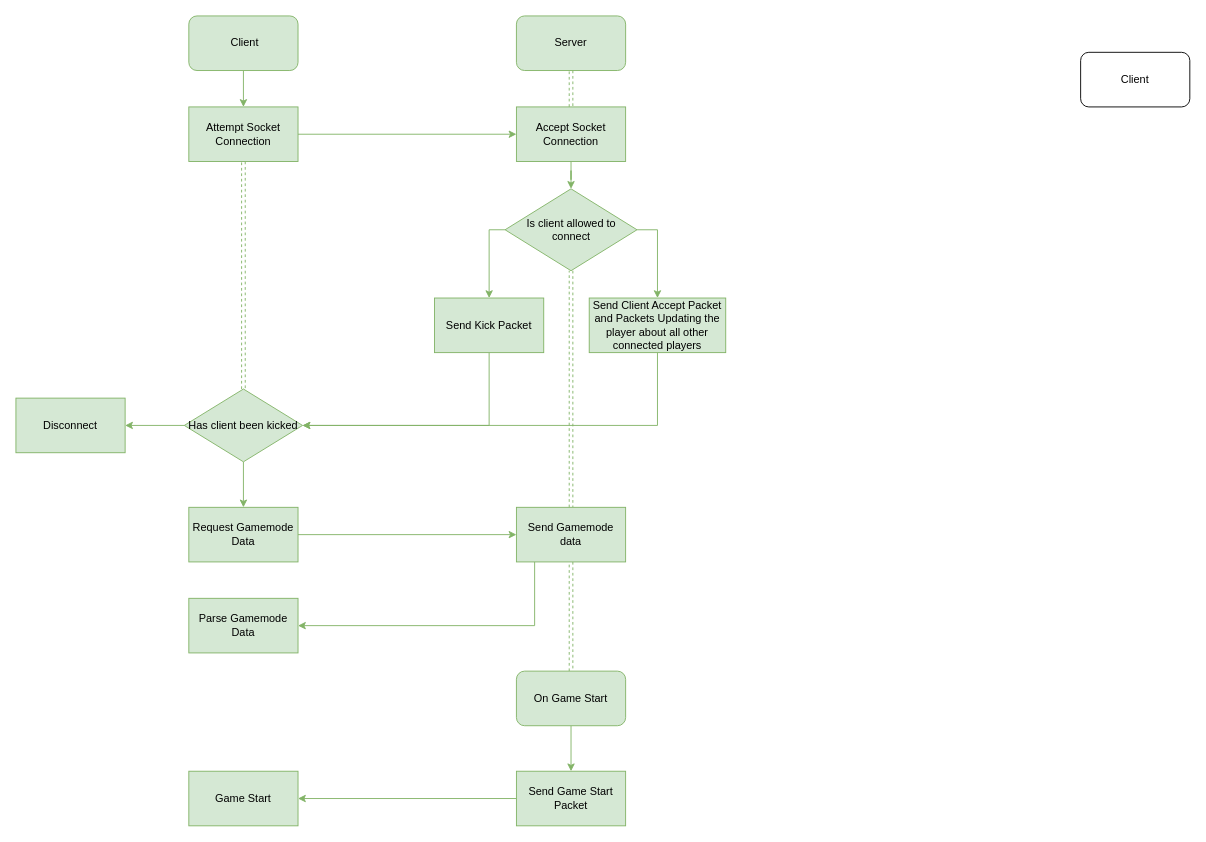
Before: page "Pregame Flow" (4 of 5) of Docs/Plan Diagram (open with www.draw.io).drawio in Robert-M-Lucas/NEA, a draw.io diagram. Source tidied: cells renumbered, new cells numbered last; positions are measured from the earlier drawing's top-left corner, leaving out a move shared by most shapes. Both pictures are drawn from the tidied source at 91%, with x=0, y=0 at pixel (15, 15).
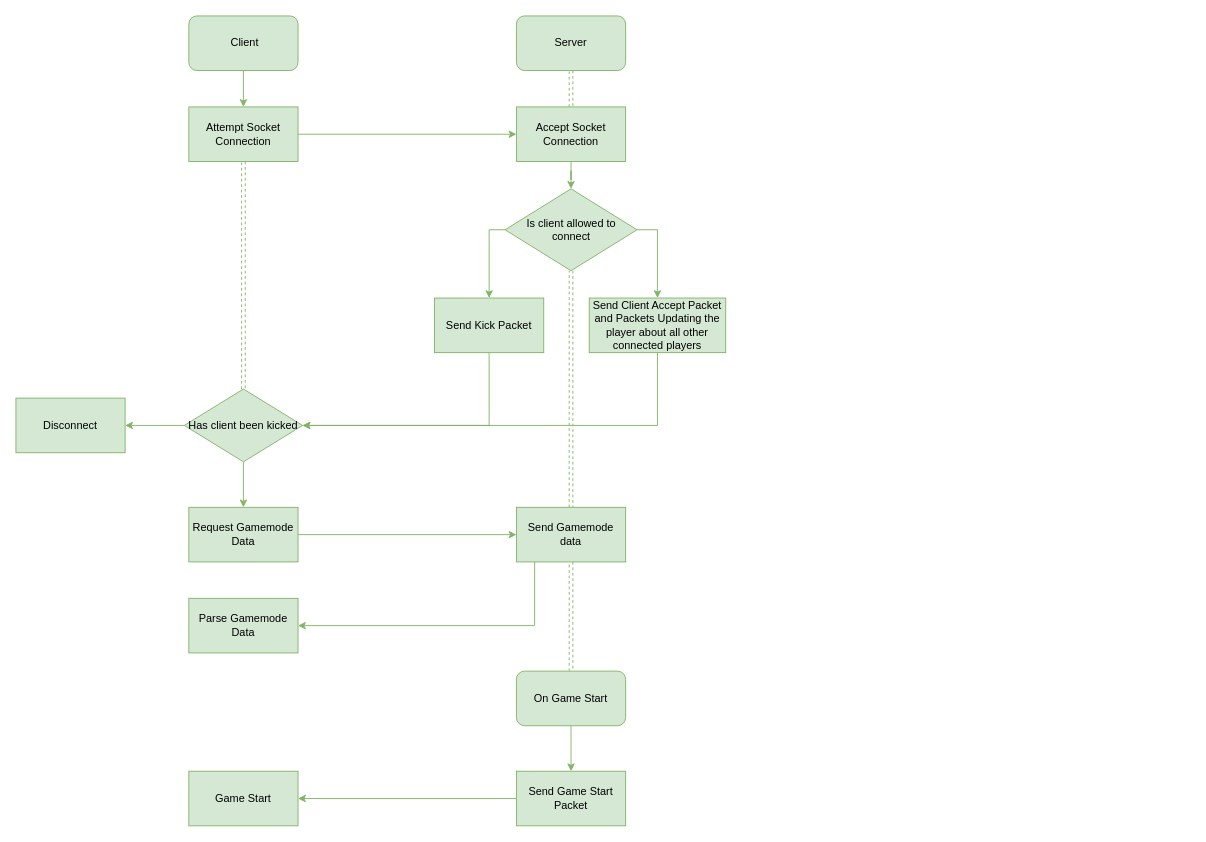
The same diagram, later.

What changed in the source:
```diff
@@
-    <mxCell id="34" value="Client" style="rounded=1;whiteSpace=wrap;html=1;" parent="1" vertex="1">
-      <mxGeometry x="1170" y="40" width="120" height="60" as="geometry" />
-    </mxCell>
```
